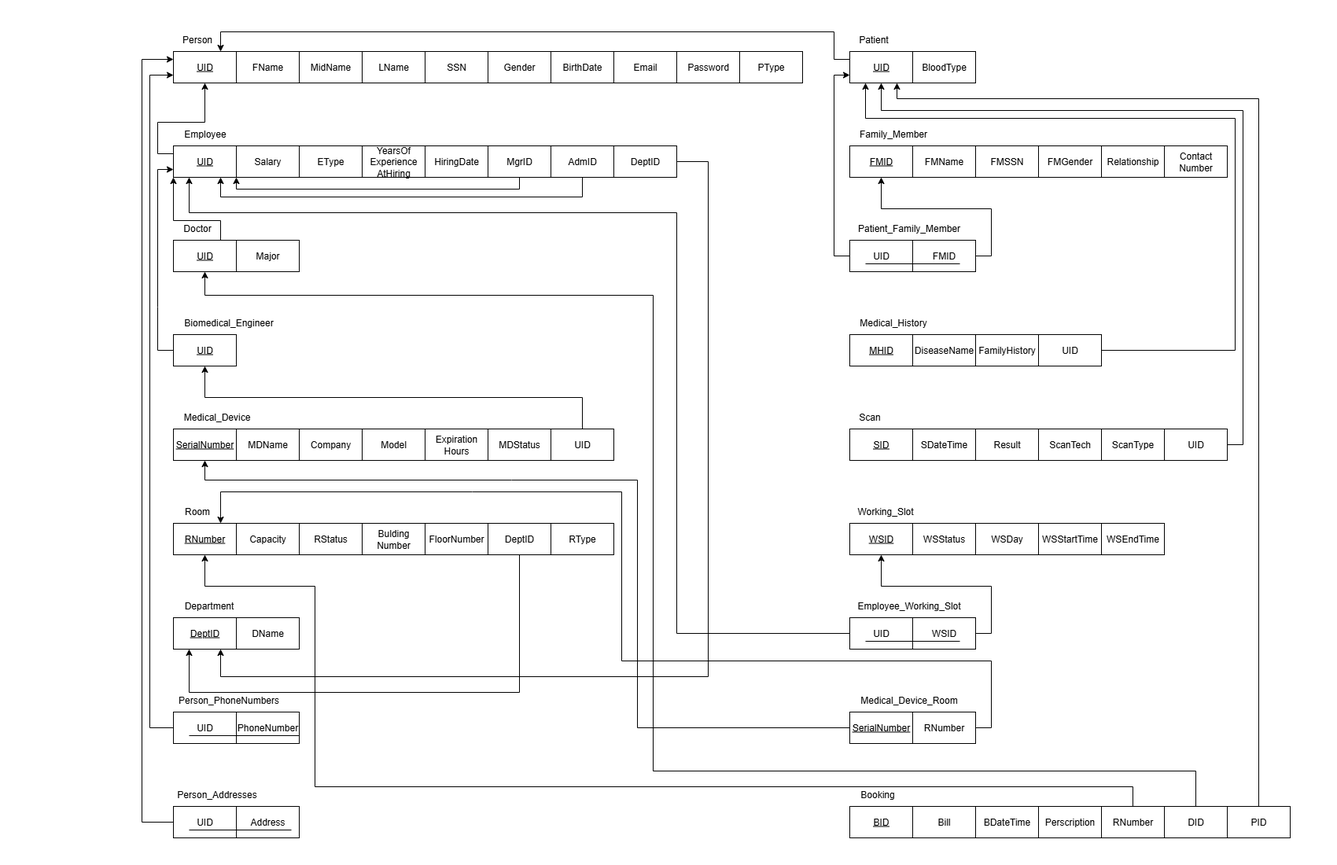
The draw.io diagram deliverables/mapping/CMS_Mapping.png in MazenAtlam/clinical_management_system, before a commit. Source tidied: cells renumbered, new cells last; positions are measured from the earlier drawing's top-left corner, leaving out a move shared by most shapes.
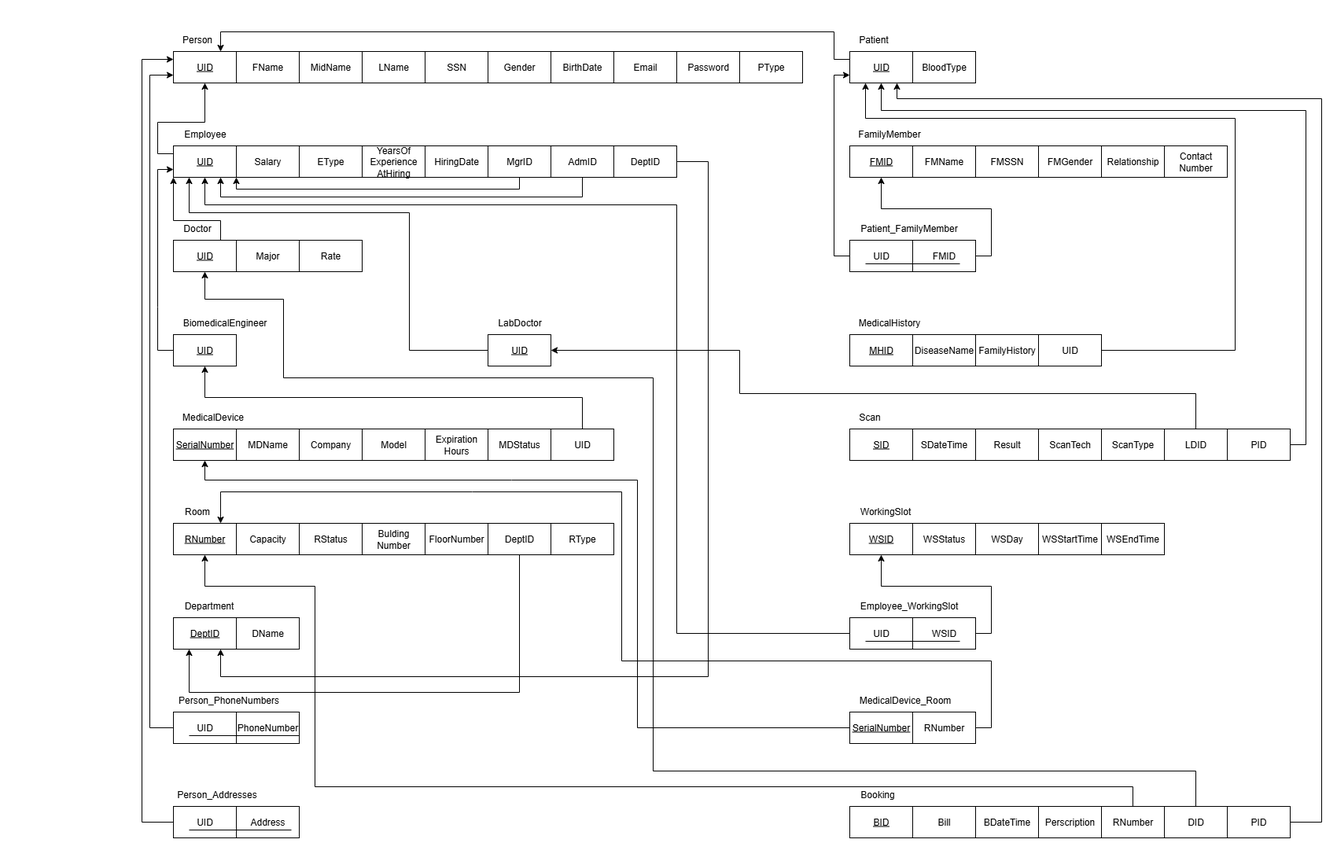
The same diagram one commit later.

Commit message:
Edit the ERD and Mapping ,and add Requirements

What changed in the source:
```diff
@@ -151,8 +151,8 @@
     <mxCell id="38" value="&lt;u&gt;UID&lt;/u&gt;" style="rounded=0;whiteSpace=wrap;html=1;" parent="1" vertex="1">
       <mxGeometry x="40" y="390" width="80" height="40" as="geometry" />
     </mxCell>
-    <mxCell id="39" value="Biomedical_Engineer" style="text;html=1;align=center;verticalAlign=middle;strokeColor=none;fillColor=none;" parent="1" vertex="1">
-      <mxGeometry x="40" y="360" width="140" height="30" as="geometry" />
+    <mxCell id="39" value="BiomedicalEngineer" style="text;html=1;align=center;verticalAlign=middle;strokeColor=none;fillColor=none;" parent="1" vertex="1">
+      <mxGeometry x="40" y="360" width="130" height="30" as="geometry" />
     </mxCell>
     <mxCell id="40" style="endArrow=classic;html=1;rounded=0;entryX=0;entryY=1;entryDx=0;entryDy=0;exitX=0.75;exitY=0;exitDx=0;exitDy=0;" parent="1" edge="1" source="36" target="24">
       <mxGeometry relative="1" as="geometry">
@@ -180,8 +180,8 @@
     <mxCell id="44" value="MDName" style="rounded=0;whiteSpace=wrap;html=1;" parent="1" vertex="1">
       <mxGeometry x="120" y="510" width="80" height="40" as="geometry" />
     </mxCell>
-    <mxCell id="45" value="Medical_Device" style="text;html=1;align=center;verticalAlign=middle;strokeColor=none;fillColor=none;" parent="1" vertex="1">
-      <mxGeometry x="40" y="480" width="110" height="30" as="geometry" />
+    <mxCell id="45" value="MedicalDevice" style="text;html=1;align=center;verticalAlign=middle;strokeColor=none;fillColor=none;" parent="1" vertex="1">
+      <mxGeometry x="40" y="480" width="100" height="30" as="geometry" />
     </mxCell>
     <mxCell id="46" value="Company" style="rounded=0;whiteSpace=wrap;html=1;" parent="1" vertex="1">
       <mxGeometry x="200" y="510" width="80" height="40" as="geometry" />
@@ -260,7 +260,7 @@
     <mxCell id="64" value="&lt;u&gt;WSID&lt;/u&gt;" style="rounded=0;whiteSpace=wrap;html=1;" parent="1" vertex="1">
       <mxGeometry x="900" y="630" width="80" height="40" as="geometry" />
     </mxCell>
-    <mxCell id="65" value="Working_Slot" style="text;html=1;align=center;verticalAlign=middle;strokeColor=none;fillColor=none;" parent="1" vertex="1">
+    <mxCell id="65" value="WorkingSlot" style="text;html=1;align=center;verticalAlign=middle;strokeColor=none;fillColor=none;" parent="1" vertex="1">
       <mxGeometry x="900" y="600" width="90" height="30" as="geometry" />
     </mxCell>
     <mxCell id="66" value="WSStatus" style="rounded=0;whiteSpace=wrap;html=1;" parent="1" vertex="1">
@@ -272,7 +272,7 @@
     <mxCell id="68" value="UID" style="rounded=0;whiteSpace=wrap;html=1;" parent="1" vertex="1">
       <mxGeometry x="900" y="750" width="80" height="40" as="geometry" />
     </mxCell>
-    <mxCell id="69" value="Employee_Working_Slot" style="text;html=1;align=center;verticalAlign=middle;strokeColor=none;fillColor=none;" parent="1" vertex="1">
+    <mxCell id="69" value="Employee_WorkingSlot" style="text;html=1;align=center;verticalAlign=middle;strokeColor=none;fillColor=none;" parent="1" vertex="1">
       <mxGeometry x="900" y="720" width="150" height="30" as="geometry" />
     </mxCell>
     <mxCell id="70" value="WSID" style="rounded=0;whiteSpace=wrap;html=1;" parent="1" vertex="1">
@@ -293,20 +293,20 @@
         </Array>
       </mxGeometry>
     </mxCell>
-    <mxCell id="73" style="endArrow=classic;html=1;rounded=0;exitX=0;exitY=0.5;exitDx=0;exitDy=0;entryX=0.25;entryY=1;entryDx=0;entryDy=0;" parent="1" edge="1" source="68" target="24">
+    <mxCell id="73" style="endArrow=classic;html=1;rounded=0;exitX=0;exitY=0.5;exitDx=0;exitDy=0;entryX=0.5;entryY=1;entryDx=0;entryDy=0;" parent="1" edge="1" source="68" target="24">
       <mxGeometry relative="1" as="geometry">
         <Array as="points">
           <mxPoint x="680" y="770" />
-          <mxPoint x="680" y="235" />
-          <mxPoint x="60" y="235" />
+          <mxPoint x="680" y="225" />
+          <mxPoint x="80" y="225" />
         </Array>
       </mxGeometry>
     </mxCell>
     <mxCell id="74" value="&lt;u&gt;FMID&lt;/u&gt;" style="rounded=0;whiteSpace=wrap;html=1;" parent="1" vertex="1">
       <mxGeometry x="900" y="150" width="80" height="40" as="geometry" />
     </mxCell>
-    <mxCell id="75" value="Family_Member" style="text;html=1;align=center;verticalAlign=middle;strokeColor=none;fillColor=none;" parent="1" vertex="1">
-      <mxGeometry x="900" y="120" width="110" height="30" as="geometry" />
+    <mxCell id="75" value="FamilyMember" style="text;html=1;align=center;verticalAlign=middle;strokeColor=none;fillColor=none;" parent="1" vertex="1">
+      <mxGeometry x="900" y="120" width="100" height="30" as="geometry" />
     </mxCell>
     <mxCell id="76" value="FMName" style="rounded=0;whiteSpace=wrap;html=1;" parent="1" vertex="1">
       <mxGeometry x="980" y="150" width="80" height="40" as="geometry" />
@@ -314,8 +314,8 @@
     <mxCell id="77" value="&lt;u&gt;MHID&lt;/u&gt;" style="rounded=0;whiteSpace=wrap;html=1;" parent="1" vertex="1">
       <mxGeometry x="900" y="390" width="80" height="40" as="geometry" />
     </mxCell>
-    <mxCell id="78" value="Medical_History" style="text;html=1;align=center;verticalAlign=middle;strokeColor=none;fillColor=none;" parent="1" vertex="1">
-      <mxGeometry x="900" y="360" width="110" height="30" as="geometry" />
+    <mxCell id="78" value="MedicalHistory" style="text;html=1;align=center;verticalAlign=middle;strokeColor=none;fillColor=none;" parent="1" vertex="1">
+      <mxGeometry x="900" y="360" width="100" height="30" as="geometry" />
     </mxCell>
     <mxCell id="79" value="DiseaseName" style="rounded=0;whiteSpace=wrap;html=1;" parent="1" vertex="1">
       <mxGeometry x="980" y="390" width="80" height="40" as="geometry" />
@@ -323,7 +323,7 @@
     <mxCell id="80" value="UID" style="rounded=0;whiteSpace=wrap;html=1;" parent="1" vertex="1">
       <mxGeometry x="900" y="270" width="80" height="40" as="geometry" />
     </mxCell>
-    <mxCell id="81" value="Patient_Family_Member" style="text;html=1;align=center;verticalAlign=middle;strokeColor=none;fillColor=none;" parent="1" vertex="1">
+    <mxCell id="81" value="Patient_FamilyMember" style="text;html=1;align=center;verticalAlign=middle;strokeColor=none;fillColor=none;" parent="1" vertex="1">
       <mxGeometry x="900" y="240" width="150" height="30" as="geometry" />
     </mxCell>
     <mxCell id="82" value="FMID" style="rounded=0;whiteSpace=wrap;html=1;" parent="1" vertex="1">
@@ -394,10 +394,11 @@
     <mxCell id="97" value="RNumber" style="rounded=0;whiteSpace=wrap;html=1;" parent="1" vertex="1">
       <mxGeometry x="1220" y="990" width="80" height="40" as="geometry" />
     </mxCell>
-    <mxCell id="98" style="endArrow=classic;html=1;rounded=0;exitX=0.5;exitY=0;exitDx=0;exitDy=0;entryX=0.75;entryY=1;entryDx=0;entryDy=0;" parent="1" edge="1" source="95" target="22">
+    <mxCell id="98" style="endArrow=classic;html=1;rounded=0;exitX=1;exitY=0.5;exitDx=0;exitDy=0;entryX=0.75;entryY=1;entryDx=0;entryDy=0;" parent="1" edge="1" source="95" target="22">
       <mxGeometry relative="1" as="geometry">
         <Array as="points">
-          <mxPoint x="1420" y="90" />
+          <mxPoint x="1500" y="1010" />
+          <mxPoint x="1500" y="90" />
           <mxPoint x="960" y="90" />
         </Array>
       </mxGeometry>
@@ -423,8 +424,10 @@
         <Array as="points">
           <mxPoint x="1340" y="945" />
           <mxPoint x="650" y="945" />
-          <mxPoint x="650" y="340" />
-          <mxPoint x="80" y="340" />
+          <mxPoint x="650" y="445" />
+          <mxPoint x="180" y="445" />
+          <mxPoint x="180" y="345" />
+          <mxPoint x="80" y="345" />
         </Array>
       </mxGeometry>
     </mxCell>
@@ -455,8 +458,8 @@
     <mxCell id="107" value="&lt;u&gt;SerialNumber&lt;/u&gt;" style="rounded=0;whiteSpace=wrap;html=1;" parent="1" vertex="1">
       <mxGeometry x="900" y="870" width="80" height="40" as="geometry" />
     </mxCell>
-    <mxCell id="108" value="Medical_Device_Room" style="text;html=1;align=center;verticalAlign=middle;strokeColor=none;fillColor=none;" parent="1" vertex="1">
-      <mxGeometry x="900" y="840" width="150" height="30" as="geometry" />
+    <mxCell id="108" value="MedicalDevice_Room" style="text;html=1;align=center;verticalAlign=middle;strokeColor=none;fillColor=none;" parent="1" vertex="1">
+      <mxGeometry x="900" y="840" width="140" height="30" as="geometry" />
     </mxCell>
     <mxCell id="109" value="WSStartTime" style="rounded=0;whiteSpace=wrap;html=1;" parent="1" vertex="1">
       <mxGeometry x="1140" y="630" width="80" height="40" as="geometry" />
@@ -488,14 +491,14 @@
     <mxCell id="118" value="Result" style="rounded=0;whiteSpace=wrap;html=1;" parent="1" vertex="1">
       <mxGeometry x="1060" y="510" width="80" height="40" as="geometry" />
     </mxCell>
-    <mxCell id="119" value="UID" style="rounded=0;whiteSpace=wrap;html=1;" parent="1" vertex="1">
+    <mxCell id="119" value="LDID" style="rounded=0;whiteSpace=wrap;html=1;" parent="1" vertex="1">
       <mxGeometry x="1300" y="510" width="80" height="40" as="geometry" />
     </mxCell>
-    <mxCell id="120" style="endArrow=classic;html=1;rounded=0;exitX=1;exitY=0.5;exitDx=0;exitDy=0;entryX=0.5;entryY=1;entryDx=0;entryDy=0;" parent="1" edge="1" source="119" target="22">
+    <mxCell id="120" style="endArrow=classic;html=1;rounded=0;exitX=1;exitY=0.5;exitDx=0;exitDy=0;entryX=0.5;entryY=1;entryDx=0;entryDy=0;" parent="1" edge="1" source="127" target="22">
       <mxGeometry relative="1" as="geometry">
         <Array as="points">
-          <mxPoint x="1400" y="530" />
-          <mxPoint x="1400" y="105" />
+          <mxPoint x="1480" y="530" />
+          <mxPoint x="1480" y="105" />
           <mxPoint x="940" y="105" />
         </Array>
       </mxGeometry>
@@ -506,5 +509,35 @@
     <mxCell id="122" value="ScanType" style="rounded=0;whiteSpace=wrap;html=1;" parent="1" vertex="1">
       <mxGeometry x="1220" y="510" width="80" height="40" as="geometry" />
     </mxCell>
+    <mxCell id="123" value="Rate" style="rounded=0;whiteSpace=wrap;html=1;" parent="1" vertex="1">
+      <mxGeometry x="200" y="270" width="80" height="40" as="geometry" />
+    </mxCell>
+    <mxCell id="124" value="&lt;u&gt;UID&lt;/u&gt;" style="rounded=0;whiteSpace=wrap;html=1;" parent="1" vertex="1">
+      <mxGeometry x="440" y="390" width="80" height="40" as="geometry" />
+    </mxCell>
+    <mxCell id="125" value="LabDoctor" style="text;html=1;align=center;verticalAlign=middle;strokeColor=none;fillColor=none;" parent="1" vertex="1">
+      <mxGeometry x="440" y="360" width="80" height="30" as="geometry" />
+    </mxCell>
+    <mxCell id="126" style="endArrow=classic;html=1;rounded=0;exitX=0;exitY=0.5;exitDx=0;exitDy=0;entryX=0.25;entryY=1;entryDx=0;entryDy=0;" parent="1" edge="1" source="124" target="24">
+      <mxGeometry relative="1" as="geometry">
+        <Array as="points">
+          <mxPoint x="340" y="410" />
+          <mxPoint x="340" y="235" />
+          <mxPoint x="60" y="235" />
+        </Array>
+      </mxGeometry>
+    </mxCell>
+    <mxCell id="127" value="PID" style="rounded=0;whiteSpace=wrap;html=1;" parent="1" vertex="1">
+      <mxGeometry x="1380" y="510" width="80" height="40" as="geometry" />
+    </mxCell>
+    <mxCell id="128" style="endArrow=classic;html=1;rounded=0;exitX=0.5;exitY=0;exitDx=0;exitDy=0;entryX=1;entryY=0.5;entryDx=0;entryDy=0;" parent="1" edge="1" source="119" target="124">
+      <mxGeometry relative="1" as="geometry">
+        <Array as="points">
+          <mxPoint x="1340" y="465" />
+          <mxPoint x="760" y="465" />
+          <mxPoint x="760" y="410" />
+        </Array>
+      </mxGeometry>
+    </mxCell>
   </root>
 </mxGraphModel>
```
